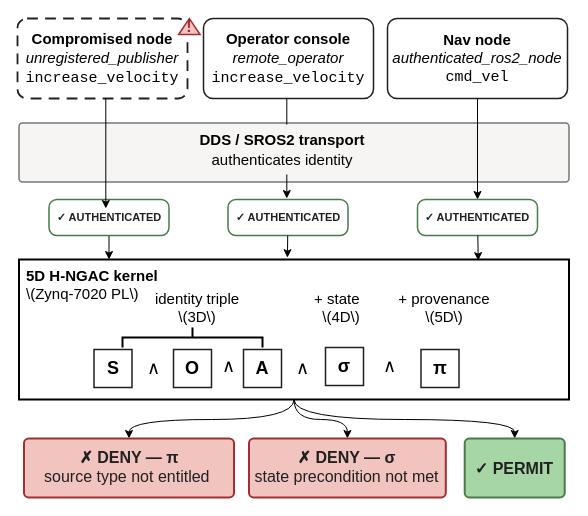
Above: paper/figures/fig-scenario-Verticle.drawio in coderhard/hngac-fpga (draw.io), before the change. Source tidied: cells renumbered, new cells numbered last; positions are measured from the earlier drawing's top-left corner, leaving out a move shared by most shapes. Both pictures are drawn from the tidied source at 100%, with x=0, y=0 at pixel (17, -123).
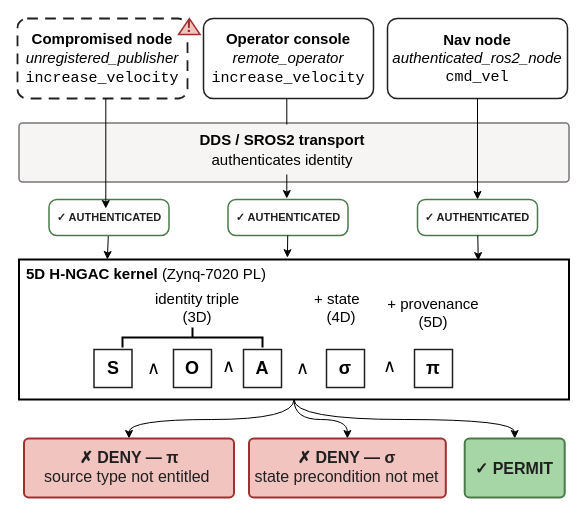
The same page after the edit.

Commit message (it also covers changes not shown here):
Re-export Fig. 1 with the corrected source-type field

The PDF now carries unregistered_publisher, so all three sender columns
name a source type and the field the pi branch tests is the field the
reader sees. The kernel title also collapsed onto one line.

Verified from the PDF text layer, not the source. Still one page at
400.08 x 348 pt.

Build: 8 pages, zero overfull, zero undefined. The three underfull
hboxes are long URLs in two bibliography entries.

AI Assistant: Claude Opus 5

Unchanged cells that the change refers to:
```xml
<mxCell id="14" value="&lt;b&gt;✓ AUTHENTICATED&lt;/b&gt;" style="rounded=1;arcSize=22;whiteSpace=wrap;html=1;fillColor=#FFFFFF;strokeColor=#4A7A4A;strokeWidth=1.5;fontColor=#202020;fontFamily=Helvetica;fontSize=11;align=center;verticalAlign=middle;" parent="1" vertex="1">
  <mxGeometry x="31.5" y="322" width="120" height="36" as="geometry" />
</mxCell>
<mxCell id="26" style="group;" parent="1" vertex="1">
  <mxGeometry x="70.5" y="411" width="400" height="140" as="geometry" />
</mxCell>
```

What changed in the source:
```diff
@@
-    <mxCell id="9" value="&lt;b&gt;5D H-NGAC kernel&lt;/b&gt;&lt;br&gt;\(Zynq-7020 PL\)" style="text;html=1;strokeColor=none;fillColor=none;align=left;verticalAlign=middle;whiteSpace=wrap;fontFamily=Helvetica;fontSize=15;" parent="1" vertex="1">
-      <mxGeometry x="6.5" y="382" width="170" height="50" as="geometry" />
+    <mxCell id="9" value="&lt;b&gt;5D H-NGAC kernel&amp;nbsp;&lt;/b&gt;(Zynq-7020 PL)" style="text;html=1;strokeColor=none;fillColor=none;align=left;verticalAlign=middle;whiteSpace=wrap;fontFamily=Helvetica;fontSize=15;labelBackgroundColor=default;" parent="1" vertex="1">
+      <mxGeometry x="6.5" y="382" width="333.5" height="28" as="geometry" />
     </mxCell>
@@
-    <mxCell id="13" style="edgeStyle=none;rounded=0;jettySize=auto;html=1;entryX=0.5;entryY=0;entryDx=0;entryDy=0;" parent="1" edge="1" source="14" target="9">
+    <mxCell id="13" style="edgeStyle=none;rounded=0;jettySize=auto;html=1;entryX=0.25;entryY=0;entryDx=0;entryDy=0;" parent="1" edge="1" source="14" target="9">
       <mxGeometry relative="1" as="geometry" />
     </mxCell>
@@
-    <mxCell id="27" value="identity triple&lt;br&gt;\(3D\)" style="text;html=1;strokeColor=none;fillColor=none;align=center;verticalAlign=top;whiteSpace=wrap;fontFamily=Helvetica;fontSize=15;" parent="26" vertex="1">
+    <mxCell id="27" value="identity triple&lt;br&gt;(3D)" style="text;html=1;strokeColor=none;fillColor=none;align=center;verticalAlign=top;whiteSpace=wrap;fontFamily=Helvetica;fontSize=15;" parent="26" vertex="1">
       <mxGeometry x="62" y="-5" width="93.5" height="38" as="geometry" />
     </mxCell>
     <mxCell id="28" value="π" style="rounded=0;whiteSpace=wrap;html=1;fillColor=#FFFFFF;strokeColor=#202020;strokeWidth=1.5;fontStyle=1;fontFamily=Helvetica;fontSize=18;" parent="26" vertex="1">
-      <mxGeometry x="333" y="61" width="38" height="38" as="geometry" />
+      <mxGeometry x="326.5" y="61" width="38" height="38" as="geometry" />
     </mxCell>
-    <mxCell id="29" value="+ provenance&lt;br&gt;\(5D\)" style="text;html=1;strokeColor=none;fillColor=none;align=center;verticalAlign=top;whiteSpace=wrap;fontFamily=Helvetica;fontSize=15;" parent="26" vertex="1">
-      <mxGeometry x="306" y="-5" width="100" height="44" as="geometry" />
+    <mxCell id="29" value="+ provenance&lt;br&gt;(5D)" style="text;html=1;strokeColor=none;fillColor=none;align=center;verticalAlign=top;whiteSpace=wrap;fontFamily=Helvetica;fontSize=15;" parent="26" vertex="1">
+      <mxGeometry x="295.5" width="100" height="44" as="geometry" />
     </mxCell>
@@
     <mxCell id="38" value="σ" style="rounded=0;whiteSpace=wrap;html=1;fillColor=#FFFFFF;strokeColor=#202020;strokeWidth=1.5;fontStyle=1;fontFamily=Helvetica;fontSize=18;" parent="26" vertex="1">
-      <mxGeometry x="237.5" y="59" width="38" height="38" as="geometry" />
+      <mxGeometry x="238.5" y="61" width="38" height="38" as="geometry" />
     </mxCell>
-    <mxCell id="39" value="+ state&amp;nbsp;&amp;nbsp;&lt;div&gt;\(4D\)&lt;/div&gt;" style="text;html=1;strokeColor=none;fillColor=none;align=center;verticalAlign=top;whiteSpace=wrap;fontFamily=Helvetica;fontSize=15;" parent="26" vertex="1">
+    <mxCell id="39" value="+ state&amp;nbsp;&amp;nbsp;&lt;div&gt;(4D)&lt;/div&gt;" style="text;html=1;strokeColor=none;fillColor=none;align=center;verticalAlign=top;whiteSpace=wrap;fontFamily=Helvetica;fontSize=15;" parent="26" vertex="1">
       <mxGeometry x="224" y="-5" width="58" height="44" as="geometry" />
     </mxCell>
```
